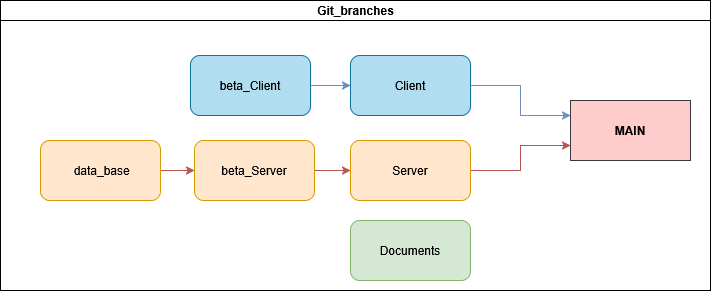
Earlier version of the draw.io export git_branches.png (dimaan49/-TaMP-IBVJD). Source tidied: cells renumbered, new cells last; positions are measured from the earlier drawing's top-left corner, leaving out a move shared by most shapes.
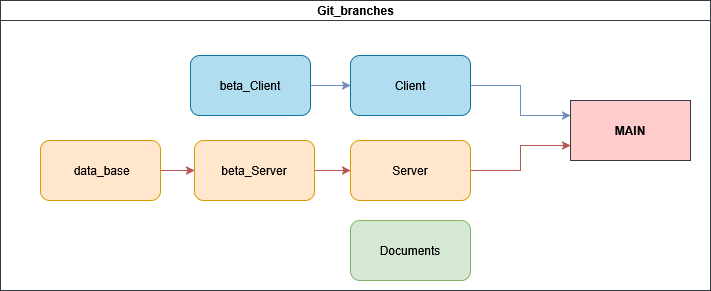
The same file after the commit.

The edit, as a diff of the source:
```diff
@@ -2,7 +2,7 @@
   <root>
     <mxCell id="0" />
     <mxCell id="1" parent="0" />
-    <mxCell id="2" value="Git_branches" style="swimlane;html=1;startSize=20;horizontal=1;containerType=tree;glass=0;" parent="1" vertex="1">
+    <mxCell id="2" value="Git_branches" style="swimlane;html=1;startSize=20;horizontal=1;containerType=tree;glass=0;fillColor=#FFFFFF;strokeColor=#36393d;" parent="1" vertex="1">
       <mxGeometry width="710" height="290" as="geometry" />
     </mxCell>
     <mxCell id="3" value="&lt;b&gt;MAIN&lt;/b&gt;" style="rounded=0;whiteSpace=wrap;html=1;fillColor=#ffcccc;strokeColor=#36393d;" parent="2" vertex="1">
```
